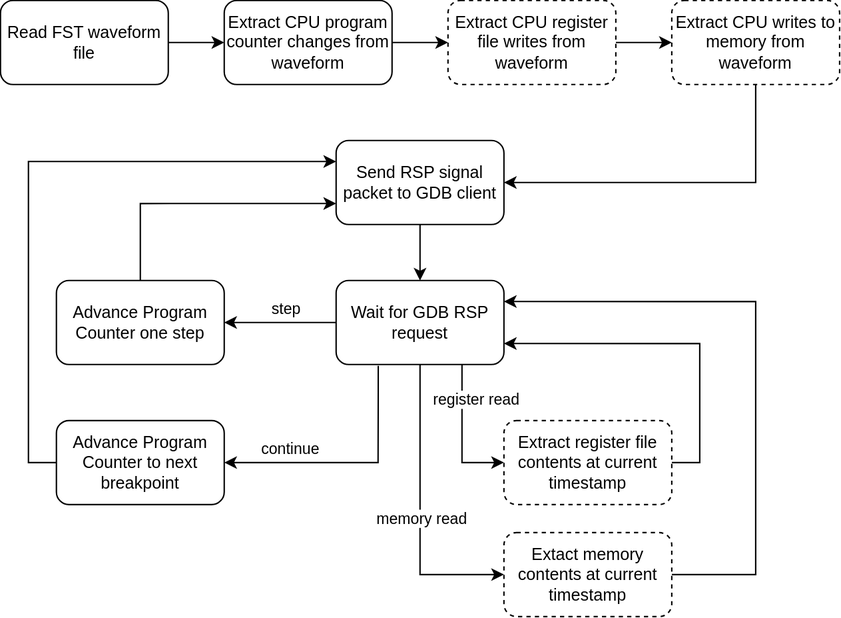
Earlier version of the draw.io export assets/gdbwave/gdbwave-gdbwave_program_flow.svg (tomverbeure/tomverbeure.github.io). Source tidied: cells renumbered, new cells last; positions are measured from the earlier drawing's top-left corner, leaving out a move shared by most shapes.
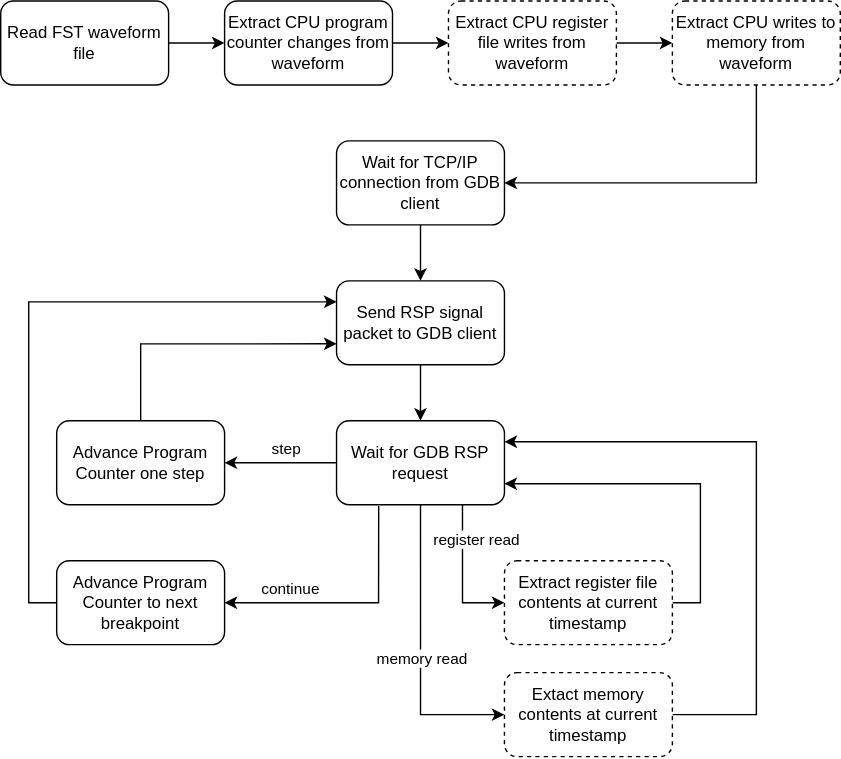
After the change.

The edit, as a diff of the source:
```diff
@@ -6,23 +6,23 @@
       <mxGeometry relative="1" as="geometry" />
     </mxCell>
     <mxCell id="3" value="Extract CPU program counter changes from waveform" style="rounded=1;whiteSpace=wrap;html=1;" parent="1" vertex="1">
-      <mxGeometry x="160" width="120" height="60" as="geometry" />
+      <mxGeometry x="160" y="-100" width="120" height="60" as="geometry" />
     </mxCell>
     <mxCell id="4" style="edgeStyle=orthogonalEdgeStyle;rounded=0;jettySize=auto;html=1;" parent="1" edge="1" source="5" target="7">
       <mxGeometry relative="1" as="geometry" />
     </mxCell>
     <mxCell id="5" value="Extract CPU register file writes from waveform" style="rounded=1;whiteSpace=wrap;html=1;dashed=1;" parent="1" vertex="1">
-      <mxGeometry x="320" width="120" height="60" as="geometry" />
+      <mxGeometry x="320" y="-100" width="120" height="60" as="geometry" />
     </mxCell>
-    <mxCell id="6" style="edgeStyle=orthogonalEdgeStyle;rounded=0;jettySize=auto;html=1;entryX=1;entryY=0.5;entryDx=0;entryDy=0;" parent="1" edge="1" source="7" target="9">
-      <mxGeometry relative="1" as="geometry">
-        <Array as="points">
-          <mxPoint x="540" y="130" />
-        </Array>
-      </mxGeometry>
-    </mxCell>
+    <mxCell id="29" style="edgeStyle=orthogonalEdgeStyle;rounded=0;jettySize=auto;html=1;entryX=1;entryY=0.5;entryDx=0;entryDy=0;startArrow=none;startFill=0;strokeWidth=1;" parent="1" edge="1" source="7" target="31">
+      <mxGeometry relative="1" as="geometry">
+        <Array as="points">
+          <mxPoint x="540" y="30" />
+        </Array>
+      </mxGeometry>
+    </mxCell>
     <mxCell id="7" value="Extract CPU writes to memory from waveform" style="rounded=1;whiteSpace=wrap;html=1;dashed=1;" parent="1" vertex="1">
-      <mxGeometry x="480" width="120" height="60" as="geometry" />
+      <mxGeometry x="480" y="-100" width="120" height="60" as="geometry" />
     </mxCell>
     <mxCell id="8" style="edgeStyle=orthogonalEdgeStyle;rounded=0;jettySize=auto;html=1;" parent="1" edge="1" source="9" target="20">
       <mxGeometry relative="1" as="geometry" />
@@ -34,7 +34,7 @@
       <mxGeometry relative="1" as="geometry" />
     </mxCell>
     <mxCell id="11" value="Read FST waveform file" style="rounded=1;whiteSpace=wrap;html=1;" parent="1" vertex="1">
-      <mxGeometry width="120" height="60" as="geometry" />
+      <mxGeometry y="-100" width="120" height="60" as="geometry" />
     </mxCell>
     <mxCell id="12" style="edgeStyle=orthogonalEdgeStyle;rounded=0;jettySize=auto;html=1;" parent="1" edge="1" source="20" target="22">
       <mxGeometry relative="1" as="geometry" />
@@ -107,5 +107,11 @@
     <mxCell id="28" value="Extact memory contents at current timestamp" style="rounded=1;whiteSpace=wrap;html=1;dashed=1;" parent="1" vertex="1">
       <mxGeometry x="360" y="380" width="120" height="60" as="geometry" />
     </mxCell>
+    <mxCell id="30" style="edgeStyle=orthogonalEdgeStyle;rounded=0;jettySize=auto;html=1;startArrow=none;startFill=0;strokeColor=#000000;strokeWidth=1;" parent="1" edge="1" source="31" target="9">
+      <mxGeometry relative="1" as="geometry" />
+    </mxCell>
+    <mxCell id="31" value="Wait for TCP/IP connection from GDB client" style="rounded=1;whiteSpace=wrap;html=1;" parent="1" vertex="1">
+      <mxGeometry x="240" width="120" height="60" as="geometry" />
+    </mxCell>
   </root>
 </mxGraphModel>
```
